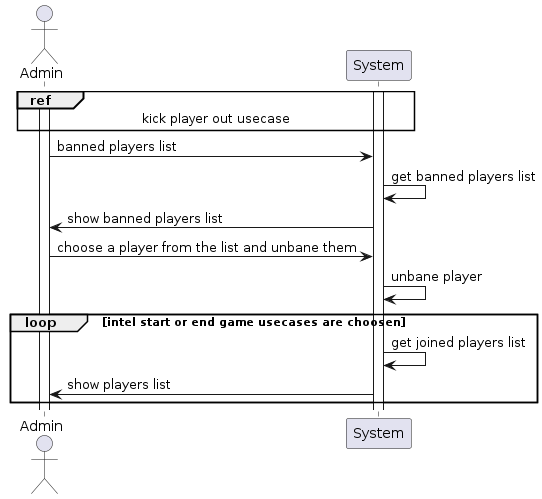
The PlantUML diagram thesis_tex/assets/diagrams/unbane_player_SD.png in monoploy-game/thesis, before a commit.
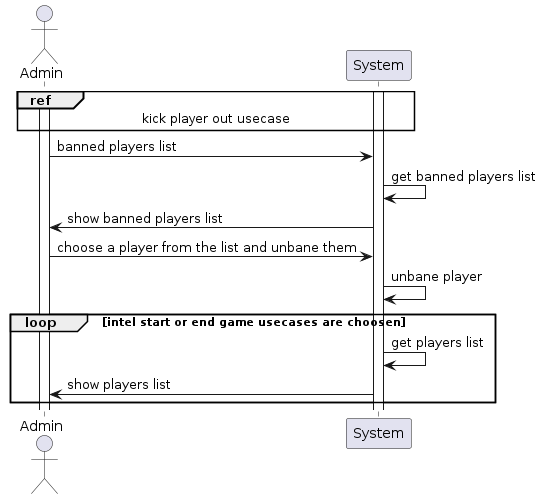
The same diagram one commit later.

Change to the diagram source:
```diff
@@ -15,10 +15,8 @@
 System -> System : unbane player
 
 loop intel start or end game usecases are choosen
-    System -> System : get joined players list
+    System -> System : get players list
     System -> Admin : show players list
 end
 
-
-
 @enduml
```
